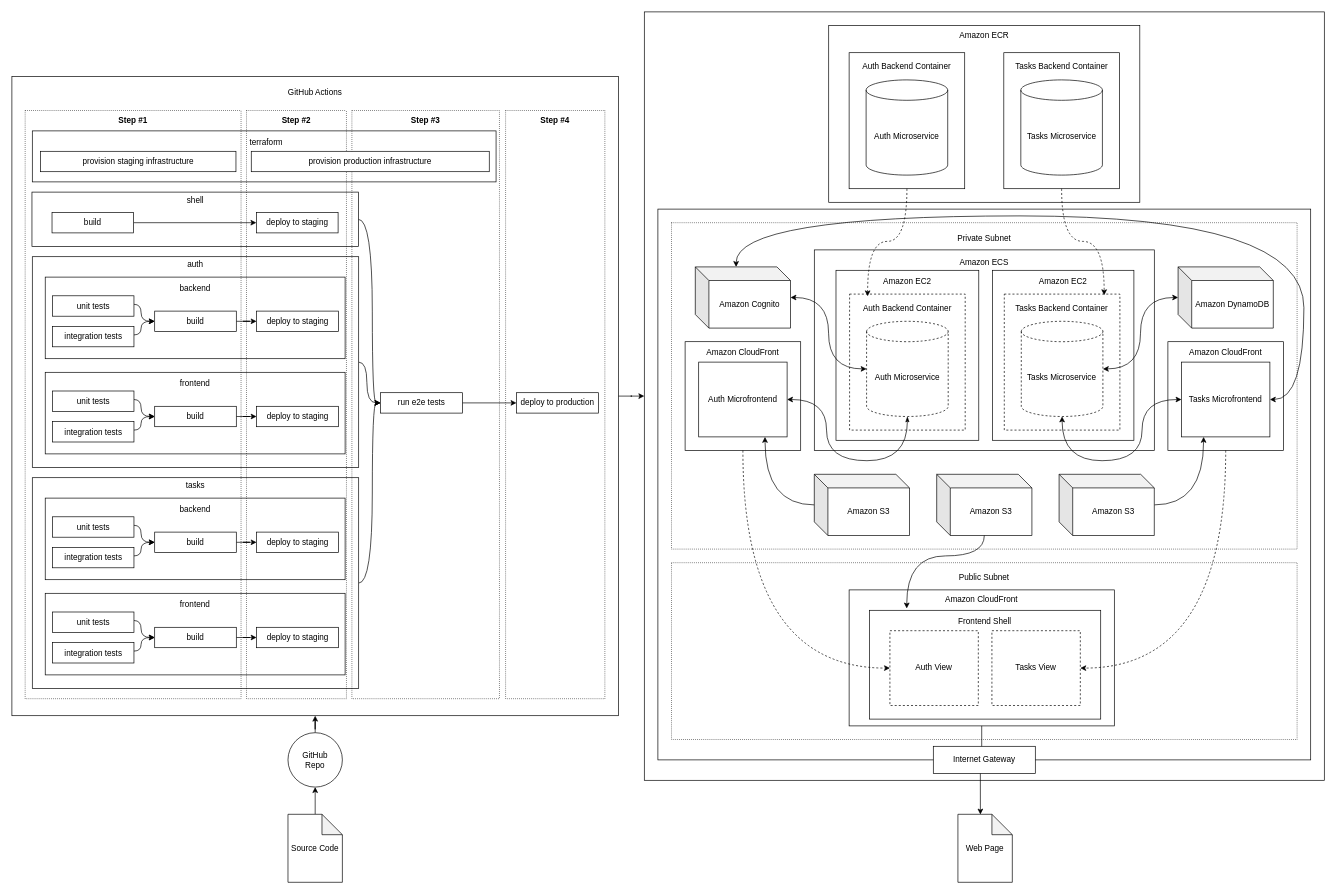
Earlier version of the draw.io diagram maps.drawio (wlnzed/mytasks). Source tidied: cells renumbered, new cells numbered last; positions are measured from the earlier drawing's top-left corner, leaving out a move shared by most shapes. Both pictures are drawn from the tidied source at 68%, with x=0, y=0 at pixel (12, 12).
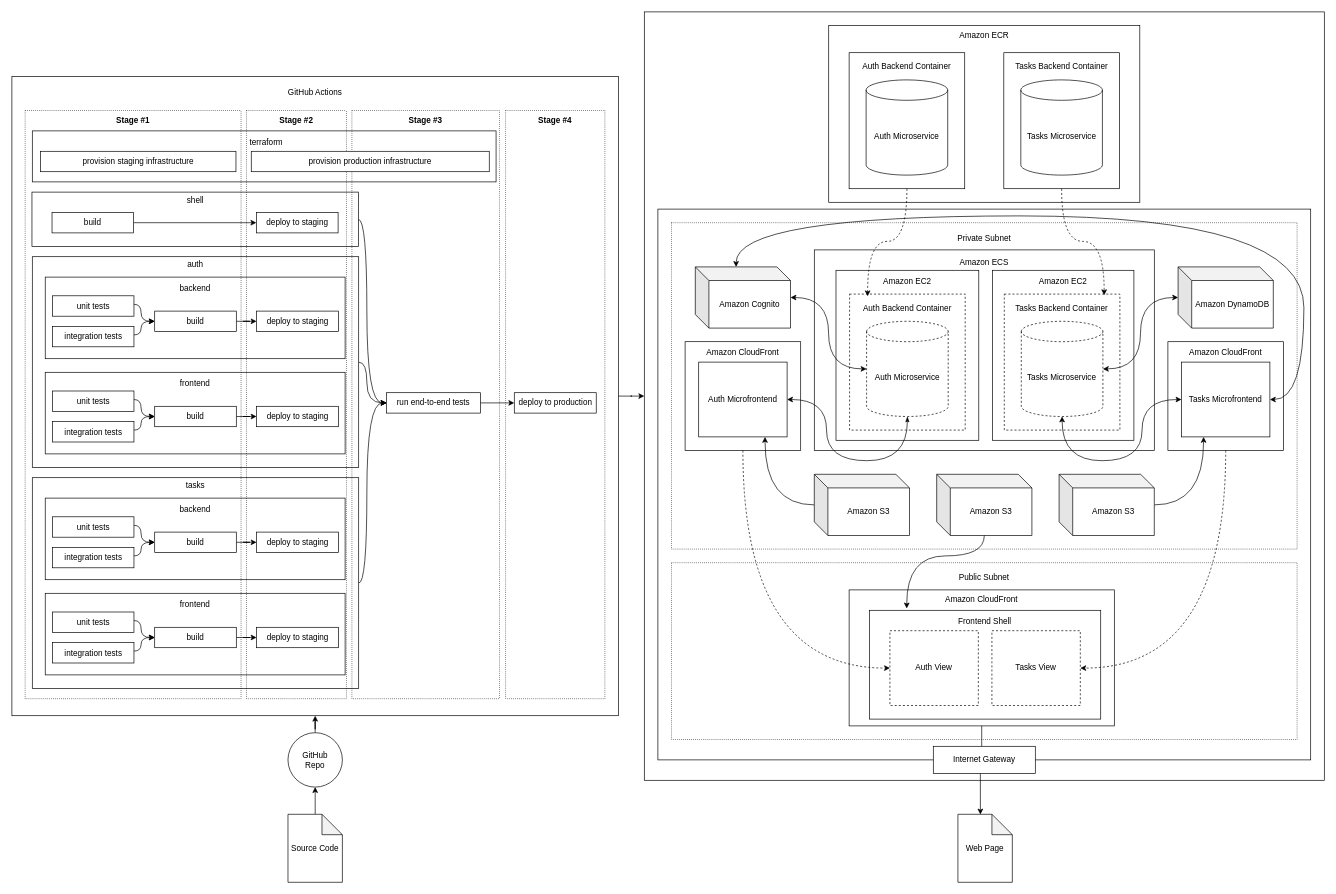
Above is the later version.

Commit message:
adjust maps

The change refers to these unchanged cells:
```xml
<mxCell id="50" value="tasks&lt;br&gt;&lt;div&gt;&lt;br&gt;&lt;/div&gt;&lt;div&gt;&lt;br&gt;&lt;/div&gt;&lt;div&gt;&lt;br&gt;&lt;/div&gt;&lt;div&gt;&lt;br&gt;&lt;/div&gt;&lt;div&gt;&lt;br&gt;&lt;/div&gt;&lt;div&gt;&lt;br&gt;&lt;/div&gt;&lt;div&gt;&lt;br&gt;&lt;/div&gt;&lt;div&gt;&lt;br&gt;&lt;/div&gt;&lt;div&gt;&lt;br&gt;&lt;/div&gt;&lt;div&gt;&lt;br&gt;&lt;/div&gt;&lt;div&gt;&lt;br&gt;&lt;/div&gt;&lt;div&gt;&lt;br&gt;&lt;/div&gt;&lt;div&gt;&lt;br&gt;&lt;/div&gt;&lt;div&gt;&lt;br&gt;&lt;/div&gt;&lt;div&gt;&lt;br&gt;&lt;/div&gt;&lt;div&gt;&lt;br&gt;&lt;/div&gt;&lt;div&gt;&lt;br&gt;&lt;/div&gt;&lt;div&gt;&lt;br&gt;&lt;/div&gt;&lt;div&gt;&lt;br&gt;&lt;/div&gt;&lt;div&gt;&lt;br&gt;&lt;/div&gt;" style="rounded=0;whiteSpace=wrap;html=1;" parent="1" vertex="1">
  <mxGeometry x="30" y="685" width="480" height="310" as="geometry" />
</mxCell>
<mxCell id="60" value="shell&lt;br&gt;&lt;div&gt;&lt;br&gt;&lt;/div&gt;&lt;div&gt;&lt;br&gt;&lt;/div&gt;&lt;div&gt;&lt;br&gt;&lt;/div&gt;&lt;div&gt;&lt;br&gt;&lt;/div&gt;" style="rounded=0;whiteSpace=wrap;html=1;" parent="1" vertex="1">
  <mxGeometry x="29.5" y="265" width="480" height="80" as="geometry" />
</mxCell>
```

The edit, as a diff of the source:
```diff
@@
     <mxCell id="49" style="edgeStyle=orthogonalEdgeStyle;rounded=0;jettySize=auto;html=1;entryX=0;entryY=0.5;entryDx=0;entryDy=0;curved=1;" parent="1" edge="1" source="50" target="91">
       <mxGeometry relative="1" as="geometry">
         <Array as="points">
-          <mxPoint x="530" y="840" />
-          <mxPoint x="530" y="575" />
+          <mxPoint x="522" y="840" />
+          <mxPoint x="522" y="575" />
         </Array>
       </mxGeometry>
     </mxCell>
@@
     <mxCell id="59" style="edgeStyle=orthogonalEdgeStyle;rounded=0;jettySize=auto;html=1;entryX=0;entryY=0.5;entryDx=0;entryDy=0;curved=1;" parent="1" edge="1" source="60" target="91">
       <mxGeometry relative="1" as="geometry">
         <Array as="points">
-          <mxPoint x="530" y="305" />
-          <mxPoint x="530" y="575" />
+          <mxPoint x="522" y="305" />
+          <mxPoint x="522" y="575" />
         </Array>
       </mxGeometry>
     </mxCell>
@@
-    <mxCell id="91" value="run e2e tests" style="rounded=0;whiteSpace=wrap;html=1;" parent="1" vertex="1">
-      <mxGeometry x="542" y="560" width="120.5" height="30" as="geometry" />
-    </mxCell>
-    <mxCell id="92" value="deploy to production" style="rounded=0;whiteSpace=wrap;html=1;" parent="1" vertex="1">
-      <mxGeometry x="742" y="560" width="120.5" height="30" as="geometry" />
-    </mxCell>
@@
-    <mxCell id="97" value="&#10;&#10;Step #1" style="swimlane;startSize=0;dashed=1;dashPattern=1 2;" parent="1" vertex="1">
+    <mxCell id="97" value="&#10;&#10;Stage #1" style="swimlane;startSize=0;dashed=1;dashPattern=1 2;" parent="1" vertex="1">
       <mxGeometry x="19.5" y="145" width="317.5" height="865" as="geometry" />
     </mxCell>
@@
-    <mxCell id="99" value="&#10;&#10;Step #2" style="swimlane;startSize=0;dashed=1;dashPattern=1 2;" parent="1" vertex="1">
+    <mxCell id="99" value="&#10;&#10;Stage #2" style="swimlane;startSize=0;dashed=1;dashPattern=1 2;" parent="1" vertex="1">
       <mxGeometry x="345" y="145" width="147" height="865" as="geometry" />
     </mxCell>
-    <mxCell id="100" value="&#10;&#10;Step #3" style="swimlane;startSize=0;dashed=1;dashPattern=1 2;" parent="1" vertex="1">
+    <mxCell id="100" value="&#10;&#10;Stage #3" style="swimlane;startSize=0;dashed=1;dashPattern=1 2;" parent="1" vertex="1">
       <mxGeometry x="500" y="145" width="217" height="865" as="geometry" />
     </mxCell>
+    <mxCell id="91" value="run end-to-end tests" style="rounded=0;whiteSpace=wrap;html=1;" parent="100" vertex="1">
+      <mxGeometry x="51" y="415" width="138" height="30" as="geometry" />
+    </mxCell>
@@
-    <mxCell id="102" value="&#10;&#10;Step #4" style="swimlane;startSize=0;dashed=1;dashPattern=1 2;" parent="1" vertex="1">
+    <mxCell id="102" value="&#10;&#10;Stage #4" style="swimlane;startSize=0;dashed=1;dashPattern=1 2;" parent="1" vertex="1">
       <mxGeometry x="726" y="145" width="146" height="865" as="geometry" />
     </mxCell>
+    <mxCell id="92" value="deploy to production" style="rounded=0;whiteSpace=wrap;html=1;" parent="102" vertex="1">
+      <mxGeometry x="12.8" y="415" width="120.5" height="30" as="geometry" />
+    </mxCell>
```
